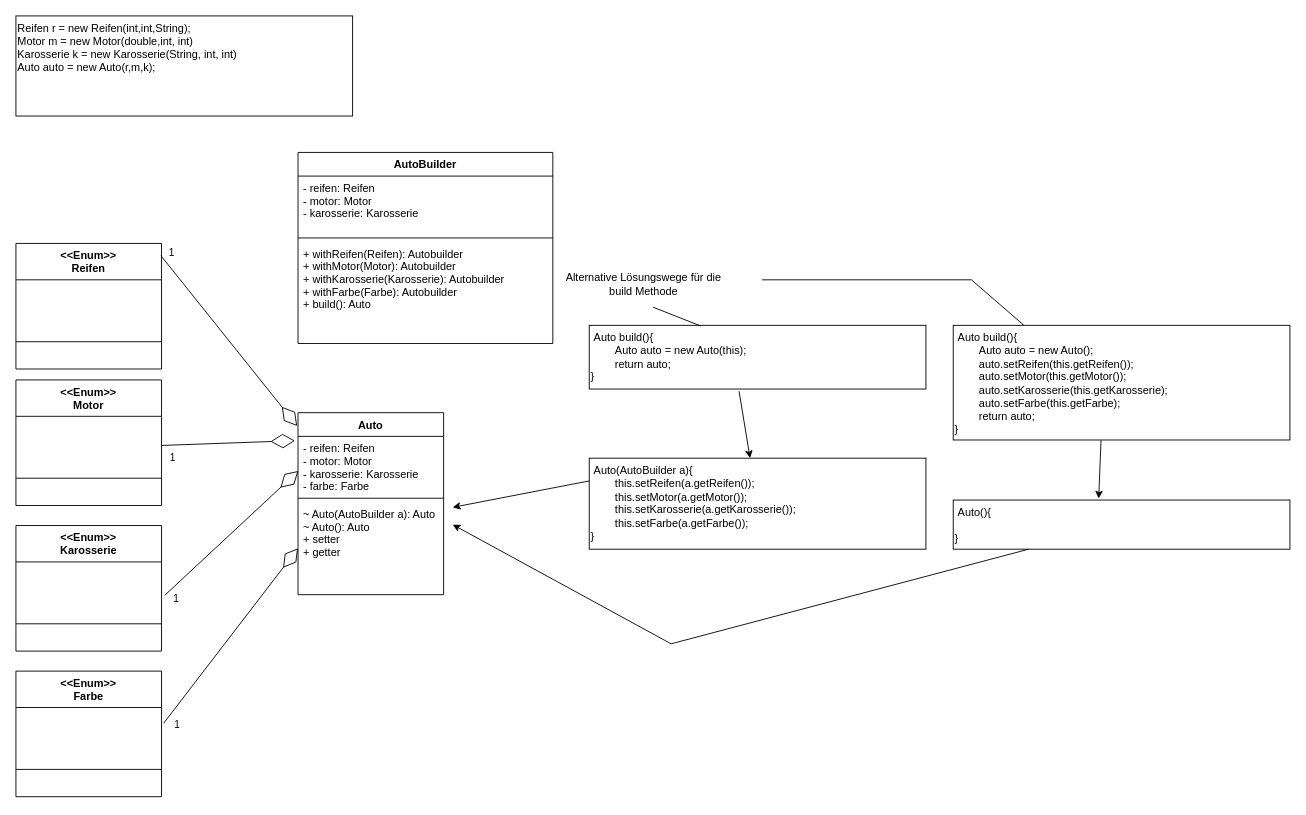
hossamezzat17/JavaTraining07022022 keeps this draw.io diagram as page "Builder Pattern Einfach" (6 of 6) of DesignPattern/Material/Example.drawio. Above is the earlier version. Source tidied: cells renumbered, new cells numbered last; positions are measured from the earlier drawing's top-left corner, leaving out a move shared by most shapes. Both pictures are drawn from the tidied source at 91%, with x=0, y=0 at pixel (15, 15).
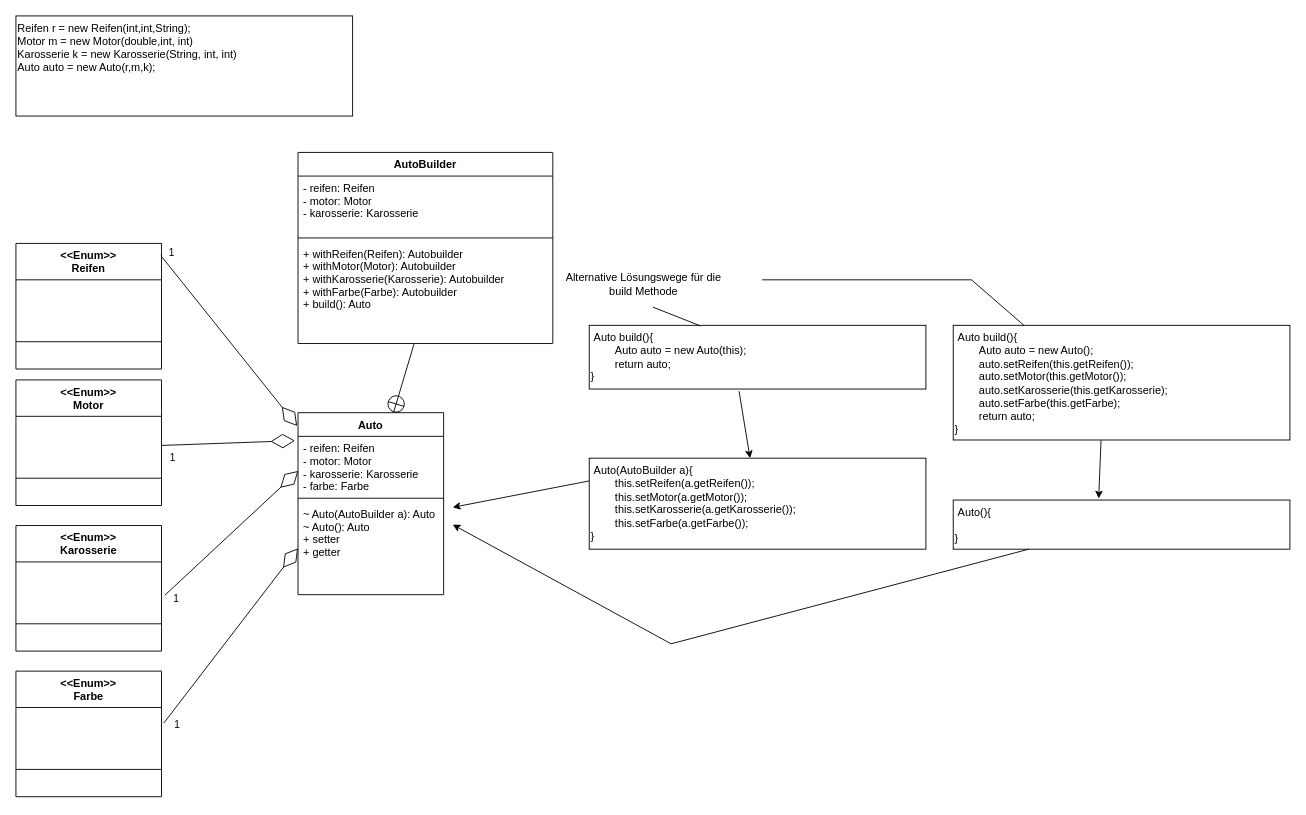
The same page after the edit.

Unchanged cells that the change refers to:
```xml
<mxCell id="2" value="Auto" style="swimlane;fontStyle=1;align=center;verticalAlign=top;horizontal=1;startSize=26;" parent="1" vertex="1">
  <mxGeometry x="310" y="436" width="160" height="200" as="geometry" />
</mxCell>
<mxCell id="28" value="+ withReifen(Reifen): Autobuilder&#10;+ withMotor(Motor): Autobuilder&#10;+ withKarosserie(Karosserie): Autobuilder&#10;+ withFarbe(Farbe): Autobuilder&#10;+ build(): Auto" style="text;strokeColor=none;fillColor=none;align=left;verticalAlign=top;spacingLeft=4;spacingRight=4;overflow=hidden;points=[[0,0.5],[1,0.5]];portConstraint=eastwest;" parent="25" vertex="1">
  <mxGeometry y="98" width="280" height="112" as="geometry" />
</mxCell>
```

What changed in the source:
```diff
@@
+    <mxCell id="46" style="endArrow=circlePlus;startArrow=none;endFill=0;startFill=0;endSize=8;html=1;labelBackgroundColor=none;rounded=0;fontColor=#000000;entryX=0.656;entryY=0;entryDx=0;entryDy=0;entryPerimeter=0;exitX=0.455;exitY=1.006;exitDx=0;exitDy=0;exitPerimeter=0;" parent="1" edge="1" source="28" target="2">
+      <mxGeometry relative="1" as="geometry" />
+    </mxCell>
```
